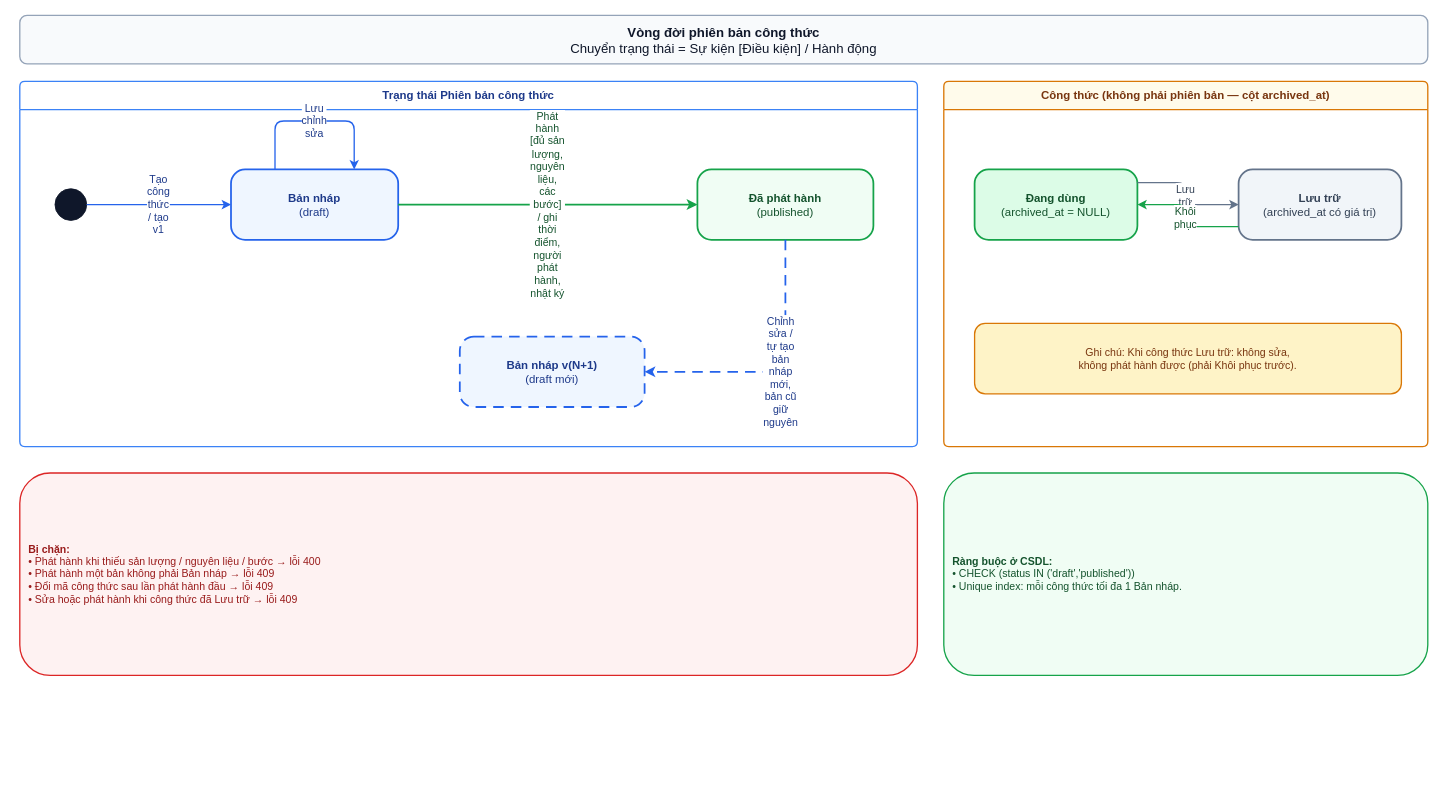
Earlier version of the draw.io diagram docs/diagrams/recipe-version-state-machine.drawio (ThreadPoolTeam/RecipeHub). Source tidied: cells renumbered, new cells numbered last; positions are measured from the earlier drawing's top-left corner, leaving out a move shared by most shapes. Both pictures are drawn from the tidied source at 88%, with x=0, y=0 at pixel (19, 15).
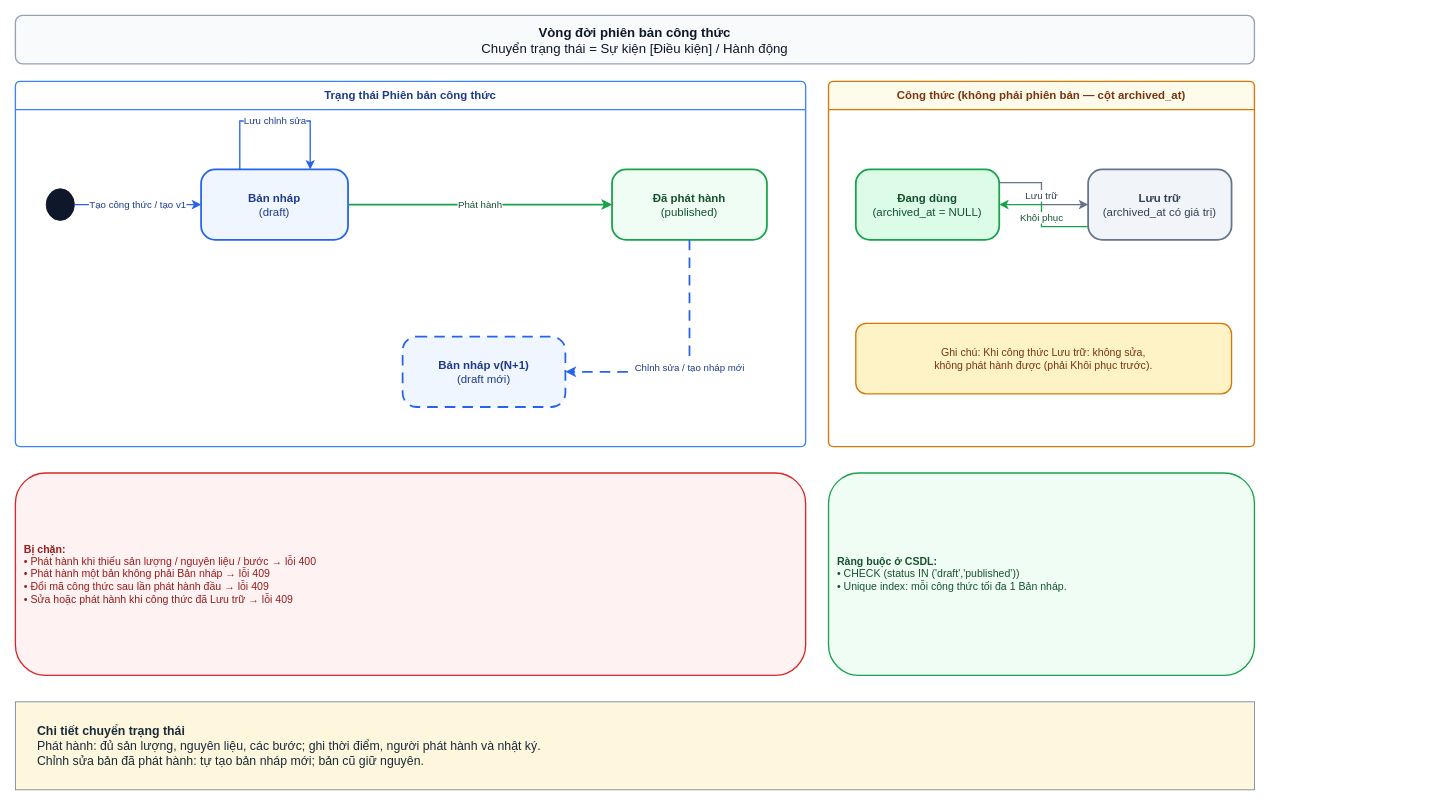
After the change.

Commit message (it also covers changes not shown here):
docs(diagrams): vẽ lại C1, kiến trúc có Kafka; sửa nhãn máy trạng thái

Change to the diagram source:
```diff
@@
     <mxCell id="2" value="&lt;b&gt;Vòng đời phiên bản công thức&lt;/b&gt;&lt;br&gt;Chuyển trạng thái = Sự kiện [Điều kiện] / Hành động" style="rounded=1;whiteSpace=wrap;html=1;fillColor=#f8fafc;strokeColor=#94a3b8;strokeWidth=1.5;align=center;fontSize=15;fontColor=#0f172a;" parent="1" vertex="1">
-      <mxGeometry width="1600" height="55" as="geometry" />
+      <mxGeometry x="-5" width="1408" height="55" as="geometry" />
     </mxCell>
     <mxCell id="3" value="&lt;b&gt;Trạng thái Phiên bản công thức&lt;/b&gt;" style="swimlane;startSize=32;rounded=1;arcSize=6;html=1;whiteSpace=wrap;fillColor=#ffffff;strokeColor=#3b82f6;strokeWidth=1.5;fontColor=#1e3a8a;fontSize=13;fontStyle=1;" parent="1" vertex="1">
-      <mxGeometry y="75" width="1020" height="415" as="geometry" />
+      <mxGeometry x="-5" y="75" width="898" height="415" as="geometry" />
     </mxCell>
     <mxCell id="4" style="ellipse;whiteSpace=wrap;html=1;fillColor=#0f172a;strokeColor=#0f172a;" parent="1" vertex="1">
-      <mxGeometry x="40" y="197" width="36" height="36" as="geometry" />
+      <mxGeometry x="30" y="197" width="32" height="36" as="geometry" />
     </mxCell>
     <mxCell id="5" value="&lt;b&gt;Bản nháp&lt;/b&gt;&lt;br&gt;(draft)" style="rounded=1;arcSize=20;whiteSpace=wrap;html=1;fillColor=#eff6ff;strokeColor=#2563eb;strokeWidth=2;fontSize=13;fontColor=#1e3a8a;align=center;" parent="1" vertex="1">
-      <mxGeometry x="240" y="175" width="190" height="80" as="geometry" />
+      <mxGeometry x="206" y="175" width="167" height="80" as="geometry" />
     </mxCell>
     <mxCell id="6" value="&lt;b&gt;Đã phát hành&lt;/b&gt;&lt;br&gt;(published)" style="rounded=1;arcSize=20;whiteSpace=wrap;html=1;fillColor=#f0fdf4;strokeColor=#16a34a;strokeWidth=2;fontSize=13;fontColor=#14532d;align=center;" parent="1" vertex="1">
-      <mxGeometry x="770" y="175" width="200" height="80" as="geometry" />
+      <mxGeometry x="673" y="175" width="176" height="80" as="geometry" />
     </mxCell>
     <mxCell id="7" value="&lt;b&gt;Bản nháp v(N+1)&lt;/b&gt;&lt;br&gt;(draft mới)" style="rounded=1;arcSize=20;whiteSpace=wrap;html=1;dashed=1;dashPattern=6 4;fillColor=#eff6ff;strokeColor=#2563eb;strokeWidth=2;fontSize=13;fontColor=#1e3a8a;align=center;" parent="1" vertex="1">
-      <mxGeometry x="500" y="365" width="210" height="80" as="geometry" />
+      <mxGeometry x="435" y="365" width="185" height="80" as="geometry" />
     </mxCell>
-    <mxCell id="8" value="Tạo công thức / tạo v1" style="edgeStyle=orthogonalEdgeStyle;rounded=1;html=1;whiteSpace=wrap;strokeColor=#2563eb;strokeWidth=1.5;fontColor=#1e3a8a;fontSize=12;labelBackgroundColor=#ffffff;" parent="1" edge="1" source="4" target="5">
+    <mxCell id="8" value="Tạo công thức / tạo v1" style="edgeStyle=orthogonalEdgeStyle;rounded=0;html=1;fontSize=11;labelBackgroundColor=#ffffff;strokeColor=#2563eb;strokeWidth=1.5;fontColor=#1e3a8a;" parent="1" edge="1" source="4" target="5">
       <mxGeometry relative="1" as="geometry" />
     </mxCell>
-    <mxCell id="9" value="Lưu chỉnh sửa" style="edgeStyle=orthogonalEdgeStyle;rounded=1;html=1;whiteSpace=wrap;strokeColor=#2563eb;strokeWidth=1.5;fontColor=#1e3a8a;fontSize=12;labelBackgroundColor=#ffffff;" parent="1" edge="1" source="5" target="5">
+    <mxCell id="9" value="Lưu chỉnh sửa" style="edgeStyle=orthogonalEdgeStyle;rounded=0;html=1;fontSize=11;labelBackgroundColor=#ffffff;strokeColor=#2563eb;strokeWidth=1.5;fontColor=#1e3a8a;" parent="1" edge="1" source="5" target="5">
       <mxGeometry relative="1" as="geometry">
         <Array as="points">
-          <mxPoint x="290" y="120" />
-          <mxPoint x="380" y="120" />
+          <mxPoint x="250" y="120" />
+          <mxPoint x="330" y="120" />
         </Array>
       </mxGeometry>
     </mxCell>
-    <mxCell id="10" value="Phát hành [đủ sản lượng, nguyên liệu, các bước]&lt;br&gt;/ ghi thời điểm, người phát hành, nhật ký" style="edgeStyle=orthogonalEdgeStyle;rounded=1;html=1;whiteSpace=wrap;strokeColor=#16a34a;strokeWidth=2;fontColor=#14532d;fontSize=12;labelBackgroundColor=#ffffff;" parent="1" edge="1" source="5" target="6">
+    <mxCell id="10" value="Phát hành" style="edgeStyle=orthogonalEdgeStyle;rounded=0;html=1;fontSize=11;labelBackgroundColor=#ffffff;strokeColor=#16a34a;strokeWidth=2;fontColor=#14532d;" parent="1" edge="1" source="5" target="6">
       <mxGeometry relative="1" as="geometry" />
     </mxCell>
-    <mxCell id="11" value="Chỉnh sửa / tự tạo bản nháp mới,&lt;br&gt;bản cũ giữ nguyên" style="edgeStyle=orthogonalEdgeStyle;rounded=1;html=1;whiteSpace=wrap;dashed=1;dashPattern=6 4;strokeColor=#2563eb;strokeWidth=2;fontColor=#1e3a8a;fontSize=12;labelBackgroundColor=#ffffff;" parent="1" edge="1" source="6" target="7">
+    <mxCell id="11" value="Chỉnh sửa / tạo nháp mới" style="edgeStyle=orthogonalEdgeStyle;rounded=0;html=1;fontSize=11;labelBackgroundColor=#ffffff;dashed=1;dashPattern=6 4;strokeColor=#2563eb;strokeWidth=2;fontColor=#1e3a8a;" parent="1" edge="1" source="6" target="7">
       <mxGeometry relative="1" as="geometry">
         <Array as="points">
-          <mxPoint x="870" y="405" />
+          <mxPoint x="761" y="405" />
         </Array>
       </mxGeometry>
     </mxCell>
     <mxCell id="12" value="&lt;b&gt;Công thức (không phải phiên bản — cột archived_at)&lt;/b&gt;" style="swimlane;startSize=32;rounded=1;arcSize=6;html=1;whiteSpace=wrap;fillColor=#fffbeb;strokeColor=#d97706;strokeWidth=1.5;fontColor=#78350f;fontSize=13;fontStyle=1;" parent="1" vertex="1">
-      <mxGeometry x="1050" y="75" width="550" height="415" as="geometry" />
+      <mxGeometry x="919" y="75" width="484" height="415" as="geometry" />
     </mxCell>
     <mxCell id="13" value="&lt;b&gt;Đang dùng&lt;/b&gt;&lt;br&gt;(archived_at = NULL)" style="rounded=1;arcSize=20;whiteSpace=wrap;html=1;fillColor=#dcfce7;strokeColor=#16a34a;strokeWidth=2;fontSize=13;fontColor=#14532d;align=center;" parent="1" vertex="1">
-      <mxGeometry x="1085" y="175" width="185" height="80" as="geometry" />
+      <mxGeometry x="950" y="175" width="163" height="80" as="geometry" />
     </mxCell>
     <mxCell id="14" value="&lt;b&gt;Lưu trữ&lt;/b&gt;&lt;br&gt;(archived_at có giá trị)" style="rounded=1;arcSize=20;whiteSpace=wrap;html=1;fillColor=#f1f5f9;strokeColor=#64748b;strokeWidth=2;fontSize=13;fontColor=#334155;align=center;" parent="1" vertex="1">
-      <mxGeometry x="1385" y="175" width="185" height="80" as="geometry" />
+      <mxGeometry x="1214" y="175" width="163" height="80" as="geometry" />
     </mxCell>
-    <mxCell id="15" value="Lưu trữ" style="edgeStyle=orthogonalEdgeStyle;rounded=1;html=1;whiteSpace=wrap;strokeColor=#64748b;strokeWidth=1.5;fontColor=#334155;fontSize=12;labelBackgroundColor=#ffffff;" parent="1" edge="1" source="13" target="14">
+    <mxCell id="15" value="Lưu trữ" style="edgeStyle=orthogonalEdgeStyle;rounded=0;html=1;fontSize=11;labelBackgroundColor=#ffffff;strokeColor=#64748b;strokeWidth=1.5;fontColor=#334155;" parent="1" edge="1" source="13" target="14">
       <mxGeometry relative="1" as="geometry">
         <Array as="points">
-          <mxPoint x="1325" y="190" />
+          <mxPoint x="1161" y="190" />
         </Array>
       </mxGeometry>
     </mxCell>
-    <mxCell id="16" value="Khôi phục" style="edgeStyle=orthogonalEdgeStyle;rounded=1;html=1;whiteSpace=wrap;strokeColor=#16a34a;strokeWidth=1.5;fontColor=#14532d;fontSize=12;labelBackgroundColor=#ffffff;" parent="1" edge="1" source="14" target="13">
+    <mxCell id="16" value="Khôi phục" style="edgeStyle=orthogonalEdgeStyle;rounded=0;html=1;fontSize=11;labelBackgroundColor=#ffffff;strokeColor=#16a34a;strokeWidth=1.5;fontColor=#14532d;" parent="1" edge="1" source="14" target="13">
       <mxGeometry relative="1" as="geometry">
         <Array as="points">
-          <mxPoint x="1325" y="240" />
+          <mxPoint x="1161" y="240" />
         </Array>
       </mxGeometry>
     </mxCell>
     <mxCell id="17" value="Ghi chú: Khi công thức Lưu trữ: không sửa,&lt;br&gt;không phát hành được (phải Khôi phục trước)." style="rounded=1;whiteSpace=wrap;html=1;fillColor=#fef3c7;strokeColor=#d97706;strokeWidth=1.5;fontColor=#78350f;fontSize=12;align=center;" parent="1" vertex="1">
-      <mxGeometry x="1085" y="350" width="485" height="80" as="geometry" />
+      <mxGeometry x="950" y="350" width="427" height="80" as="geometry" />
     </mxCell>
     <mxCell id="18" value="&lt;b&gt;Bị chặn:&lt;/b&gt;&lt;br&gt;• Phát hành khi thiếu sản lượng / nguyên liệu / bước → lỗi 400&lt;br&gt;• Phát hành một bản không phải Bản nháp → lỗi 409&lt;br&gt;• Đổi mã công thức sau lần phát hành đầu → lỗi 409&lt;br&gt;• Sửa hoặc phát hành khi công thức đã Lưu trữ → lỗi 409" style="rounded=1;whiteSpace=wrap;html=1;fillColor=#fef2f2;strokeColor=#dc2626;strokeWidth=1.5;fontColor=#991b1b;fontSize=12;align=left;spacing=10;" parent="1" vertex="1">
-      <mxGeometry y="520" width="1020" height="230" as="geometry" />
+      <mxGeometry x="-5" y="520" width="898" height="230" as="geometry" />
     </mxCell>
     <mxCell id="19" value="&lt;b&gt;Ràng buộc ở CSDL:&lt;/b&gt;&lt;br&gt;• CHECK (status IN ('draft','published'))&lt;br&gt;• Unique index: mỗi công thức tối đa 1 Bản nháp." style="rounded=1;whiteSpace=wrap;html=1;fillColor=#f0fdf4;strokeColor=#16a34a;strokeWidth=1.5;fontColor=#14532d;fontSize=12;align=left;spacing=10;" parent="1" vertex="1">
-      <mxGeometry x="1050" y="520" width="550" height="230" as="geometry" />
+      <mxGeometry x="919" y="520" width="484" height="230" as="geometry" />
     </mxCell>
+    <mxCell id="20" value="&lt;b&gt;Chi tiết chuyển trạng thái&lt;/b&gt;&lt;br&gt;Phát hành: đủ sản lượng, nguyên liệu, các bước; ghi thời điểm, người phát hành và nhật ký.&lt;br&gt;Chỉnh sửa bản đã phát hành: tự tạo bản nháp mới; bản cũ giữ nguyên." style="rounded=0;whiteSpace=wrap;html=1;fontSize=14;fontColor=#172B3A;fillColor=#F3F7FA;strokeColor=#748A9A;align=center;verticalAlign=middle;spacing=5;fillColor=#FFF7DD;align=left;spacingLeft=20;" parent="1" vertex="1">
+      <mxGeometry x="-5" y="780" width="1408" height="100" as="geometry" />
+    </mxCell>
```
